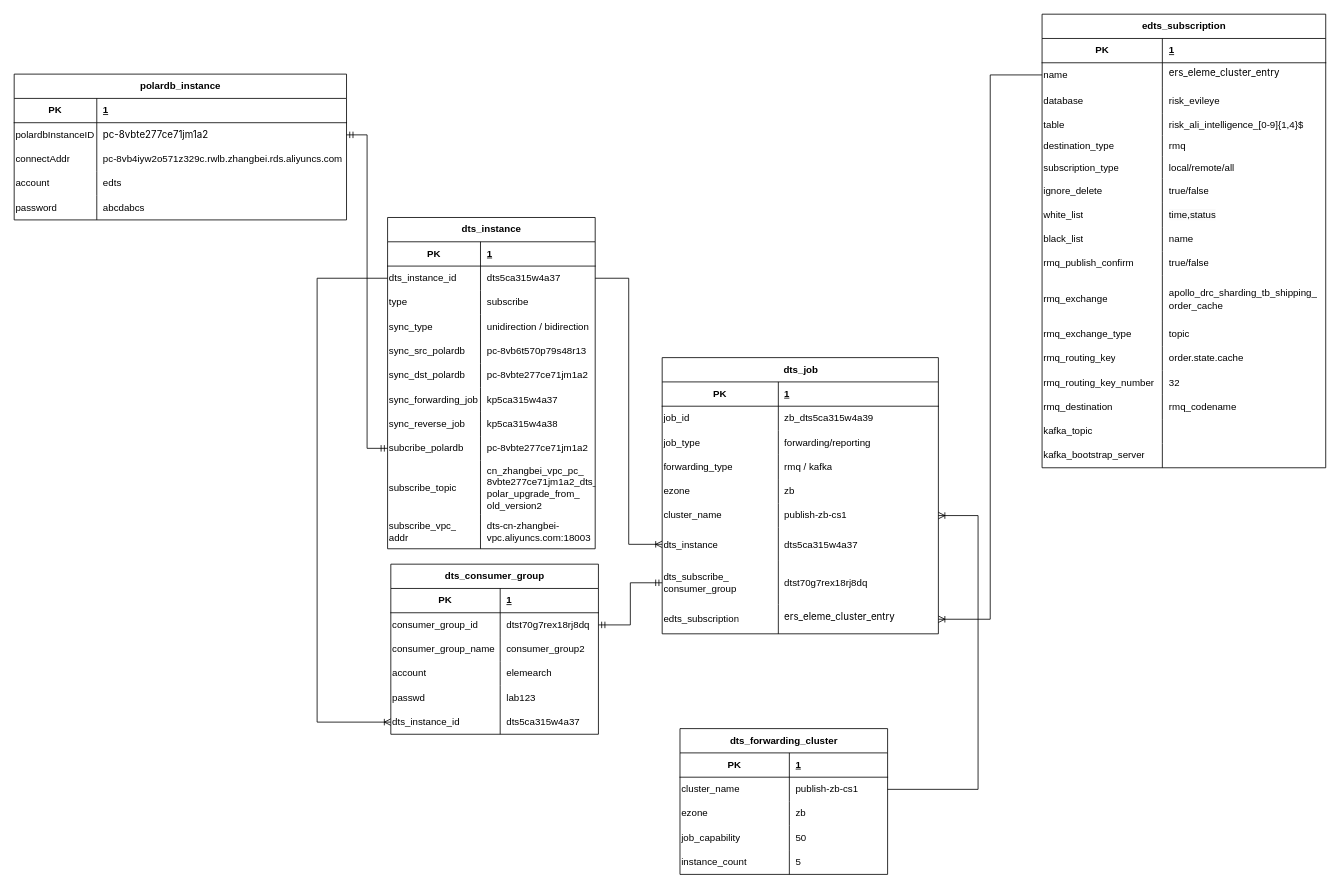
zhangwm1987/mydraw_io keeps this draw.io diagram as page "edts-database-asso" (8 of 9) of eleme/EDTS.drawio. Above is the earlier version. Source tidied: cells renumbered, new cells numbered last; positions are measured from the earlier drawing's top-left corner, leaving out a move shared by most shapes. Both pictures are drawn from the tidied source at 81%, with x=0, y=0 at pixel (14, 14).
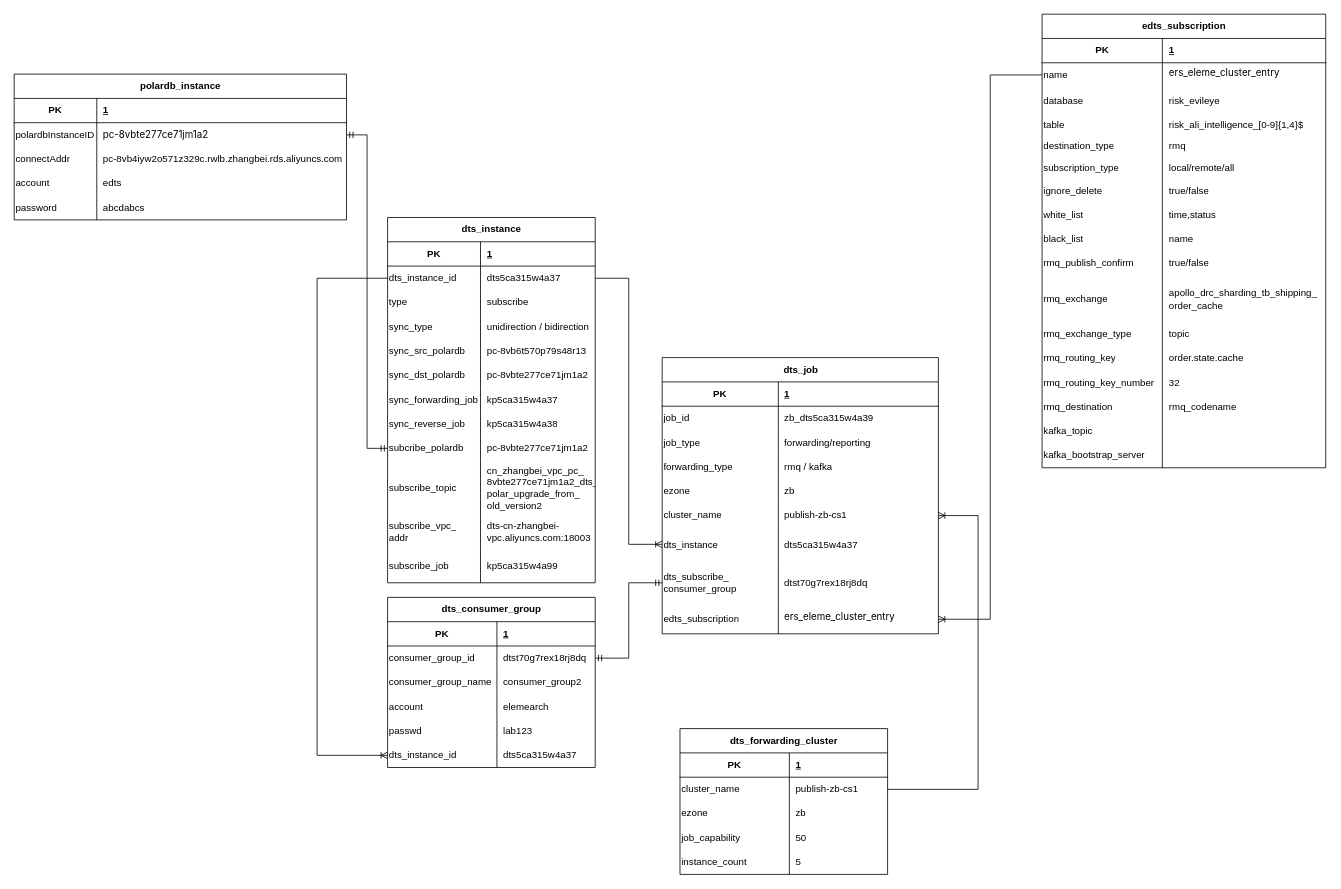
After the change.

Unchanged cells that the change refers to:
```xml
<mxCell id="50" style="shape=tableRow;horizontal=0;startSize=0;swimlaneHead=0;swimlaneBody=0;fillColor=none;points=[[0,0.5],[1,0.5]];portConstraint=eastwest;top=0;left=0;right=0;bottom=0;" parent="46" vertex="1">
  <mxGeometry y="60" width="256.3" height="30" as="geometry" />
</mxCell>
<mxCell id="96" style="shape=tableRow;horizontal=0;startSize=0;swimlaneHead=0;swimlaneBody=0;fillColor=none;points=[[0,0.5],[1,0.5]];portConstraint=eastwest;top=0;left=0;right=0;bottom=0;" parent="80" vertex="1">
  <mxGeometry y="180" width="256.3" height="30" as="geometry" />
</mxCell>
```

The edit, as a diff of the source:
```diff
@@
     <mxCell id="46" value="dts_instance" style="shape=table;startSize=30;childLayout=tableLayout;rowLines=0;fontStyle=1;align=center;html=1;" parent="1" vertex="1">
-      <mxGeometry x="461" y="251" width="256.3" height="409" as="geometry" />
+      <mxGeometry x="461" y="251" width="256.3" height="451" as="geometry" />
     </mxCell>
@@
+    <mxCell id="173" style="shape=tableRow;horizontal=0;startSize=0;swimlaneHead=0;swimlaneBody=0;fillColor=none;top=0;left=0;right=0;bottom=0;" parent="46" vertex="1">
+      <mxGeometry y="409" width="256.3" height="42" as="geometry" />
+    </mxCell>
+    <mxCell id="174" value="subscribe_job" style="shape=partialRectangle;fillColor=none;top=0;left=0;bottom=0;right=0;overflow=hidden;whiteSpace=wrap;html=1;align=left;" parent="173" vertex="1">
+      <mxGeometry width="114.7" height="42" as="geometry" />
+    </mxCell>
+    <mxCell id="175" value="kp5ca315w4a99" style="shape=partialRectangle;fillColor=none;top=0;left=0;bottom=0;right=0;align=left;spacingLeft=6;overflow=hidden;whiteSpace=wrap;html=1;" parent="173" vertex="1">
+      <mxGeometry x="114.7" width="141.5" height="42" as="geometry" />
+    </mxCell>
     <mxCell id="80" value="dts_consumer_group" style="shape=table;startSize=30;childLayout=tableLayout;rowLines=0;fontStyle=1;align=center;html=1;" parent="1" vertex="1">
-      <mxGeometry x="465" y="679" width="256.3" height="210" as="geometry" />
+      <mxGeometry x="461" y="720" width="256.3" height="210" as="geometry" />
     </mxCell>
@@
     <mxCell id="169" style="edgeStyle=orthogonalEdgeStyle;fontSize=12;html=1;endArrow=ERoneToMany;rounded=0;entryX=0;entryY=0.5;entryDx=0;entryDy=0;exitX=0;exitY=0.5;exitDx=0;exitDy=0;" parent="1" edge="1" source="50" target="96">
       <mxGeometry relative="1" as="geometry">
         <Array as="points">
           <mxPoint x="374" y="326" />
-          <mxPoint x="374" y="874" />
+          <mxPoint x="374" y="915" />
         </Array>
       </mxGeometry>
     </mxCell>
```
